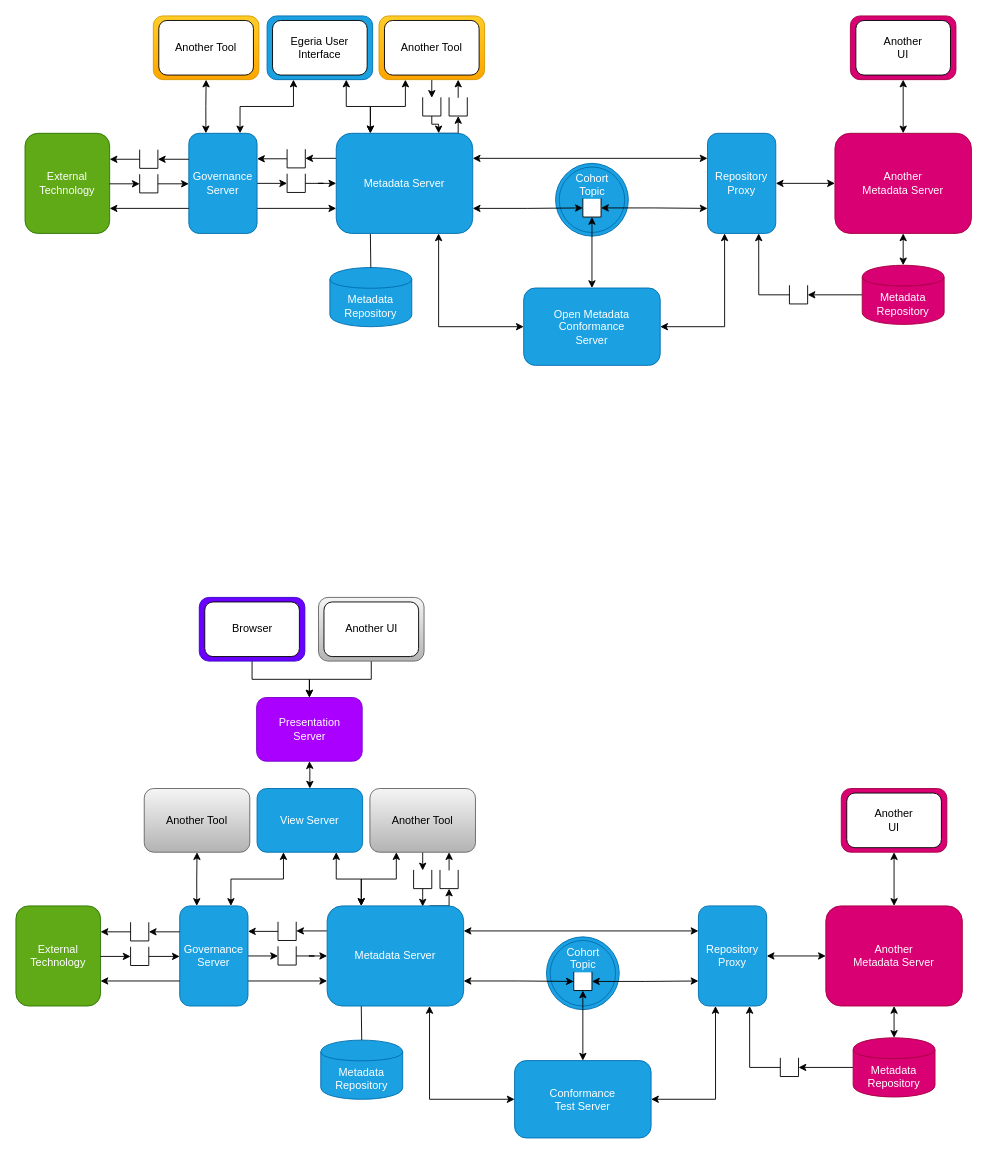
This is page "server-ecosystem" (4 of 24) of open-metadata-publication/website/images/egeria-website-images.drawio from planetf1/egeria, a draw.io file, before an edit. Source tidied: cells renumbered, new cells numbered last; positions are measured from the earlier drawing's top-left corner, leaving out a move shared by most shapes. Both pictures are drawn from the tidied source at 91%, with x=0, y=0 at pixel (15, 15).
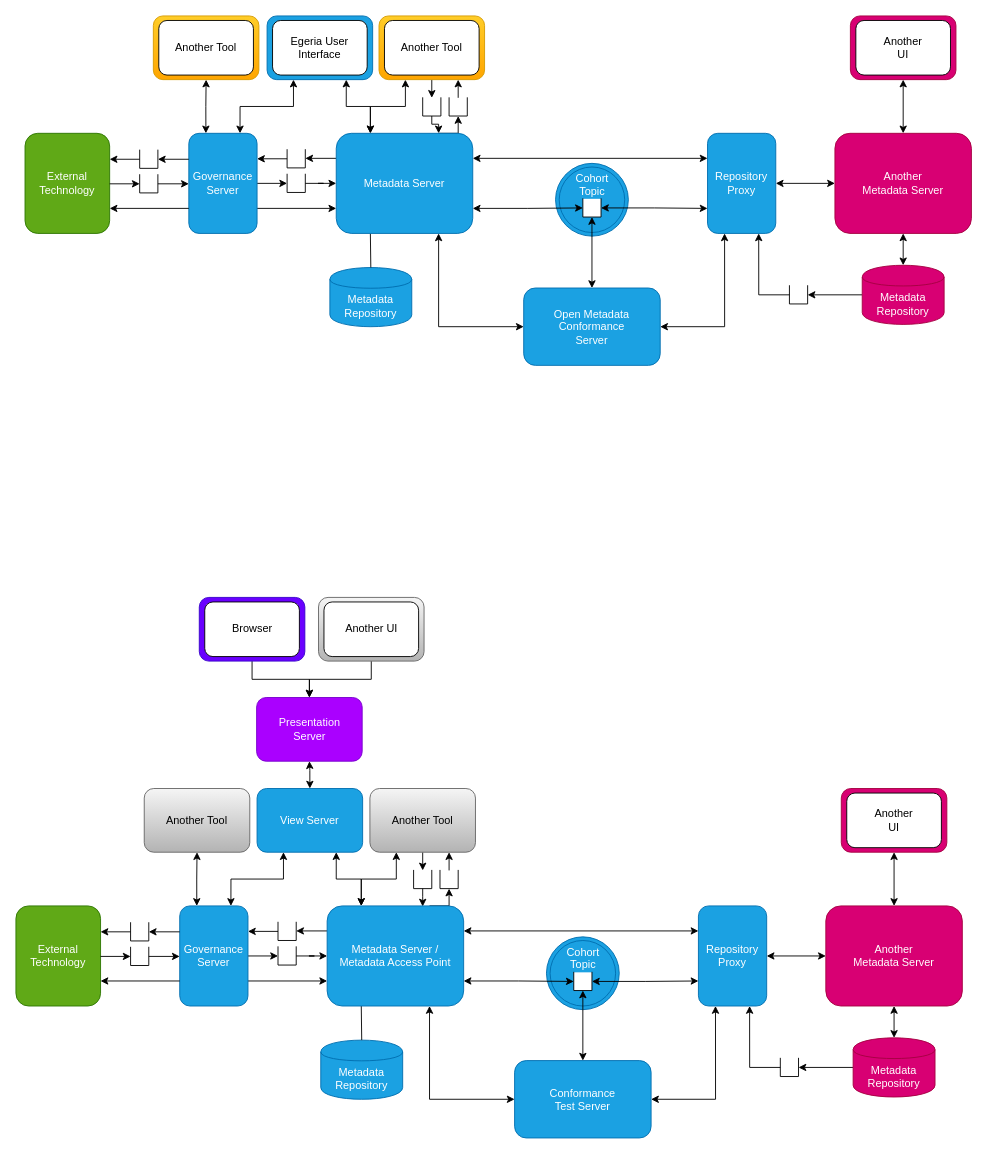
After the change.

What changed in the source:
```diff
@@
-    <mxCell id="67" value="Metadata Server" style="rounded=1;whiteSpace=wrap;html=1;fillColor=#1ba1e2;strokeColor=#006EAF;fontColor=#ffffff;" parent="1" vertex="1">
+    <mxCell id="67" value="Metadata Server /&lt;br&gt;Metadata Access Point" style="rounded=1;whiteSpace=wrap;html=1;fillColor=#1ba1e2;strokeColor=#006EAF;fontColor=#ffffff;" parent="1" vertex="1">
       <mxGeometry x="342" y="978" width="150" height="110" as="geometry" />
     </mxCell>
```
